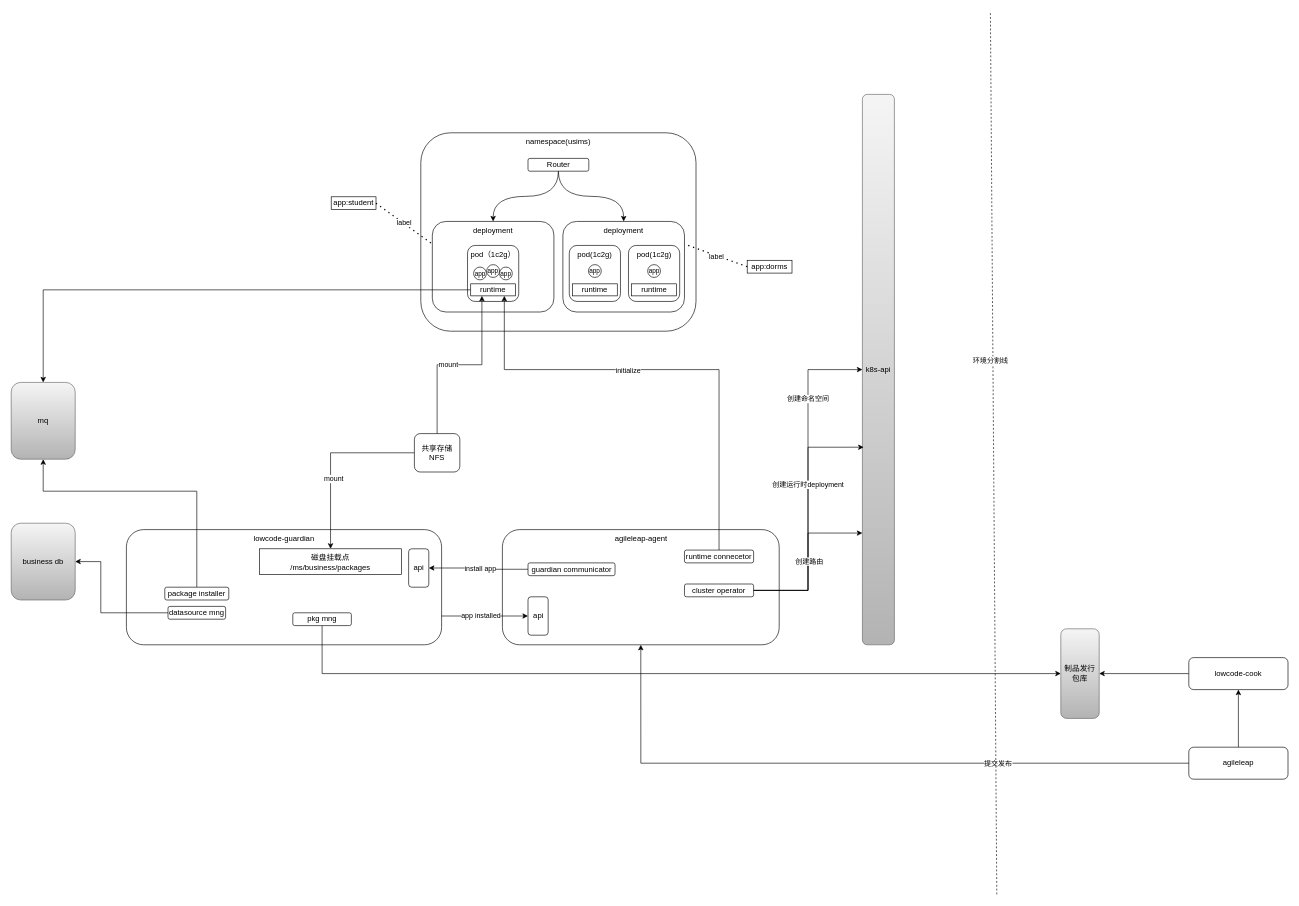
Earlier version of the draw.io diagram page "应用部署" (10 of 10) of 灵捷.drawio (ProgrammerLZ/drawio). Source tidied: cells renumbered, new cells numbered last; positions are measured from the earlier drawing's top-left corner, leaving out a move shared by most shapes. Both pictures are drawn from the tidied source at 64%, with x=0, y=0 at pixel (11, 11).
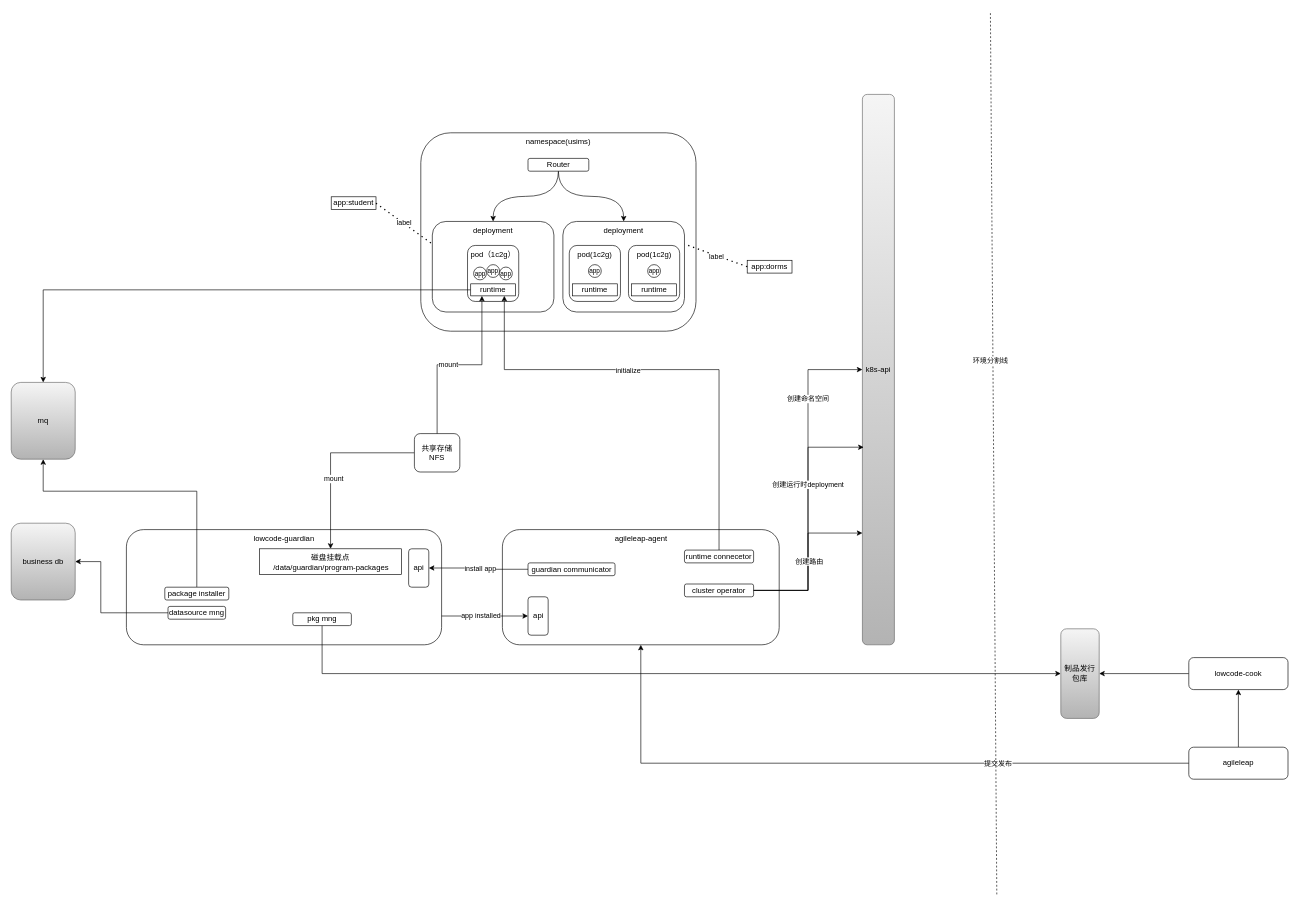
Above is the later version.

The edit, as a diff of the source:
```diff
@@
-    <mxCell id="19" value="/ms/business/packages" style="text;html=1;strokeColor=none;fillColor=none;align=center;verticalAlign=middle;whiteSpace=wrap;rounded=0;" parent="1" vertex="1">
-      <mxGeometry x="469" y="855" width="60" height="30" as="geometry" />
+    <mxCell id="19" value="/data/guardian/program-packages" style="text;html=1;strokeColor=none;fillColor=none;align=center;verticalAlign=middle;whiteSpace=wrap;rounded=0;" parent="1" vertex="1">
+      <mxGeometry x="400" y="855" width="200" height="30" as="geometry" />
     </mxCell>
```
